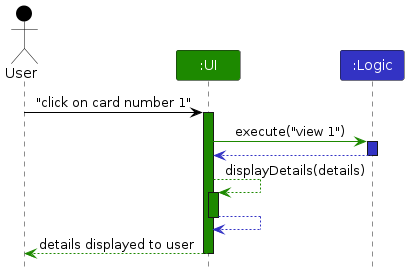
This is diagrams/SelectViewSequenceDiagram.png from AprupKale/tp, a PlantUML export, as it was before one commit. Its source is kept beside it as diagrams/SelectViewSequenceDiagram.puml.
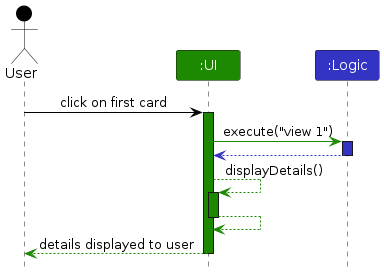
After the commit.

The edit, as a diff of the source:
```diff
@@ -6,7 +6,7 @@
 Participant ":UI" as ui UI_COLOR
 Participant ":Logic" as logic LOGIC_COLOR
 
-user -[USER_COLOR]> ui : "click on card number 1"
+user -[USER_COLOR]> ui : click on first card
 activate ui UI_COLOR
 
 ui -[UI_COLOR]> logic : execute("view 1")
@@ -15,10 +15,10 @@
 logic --[LOGIC_COLOR]> ui
 deactivate logic
 
-ui--[UI_COLOR]> ui : displayDetails(details)
+ui--[UI_COLOR]> ui : displayDetails()
 activate ui UI_COLOR
 
-ui --[LOGIC_COLOR]> ui
+ui --[UI_COLOR]> ui
 deactivate ui
 
 ui--[UI_COLOR]> user : details displayed to user
```
